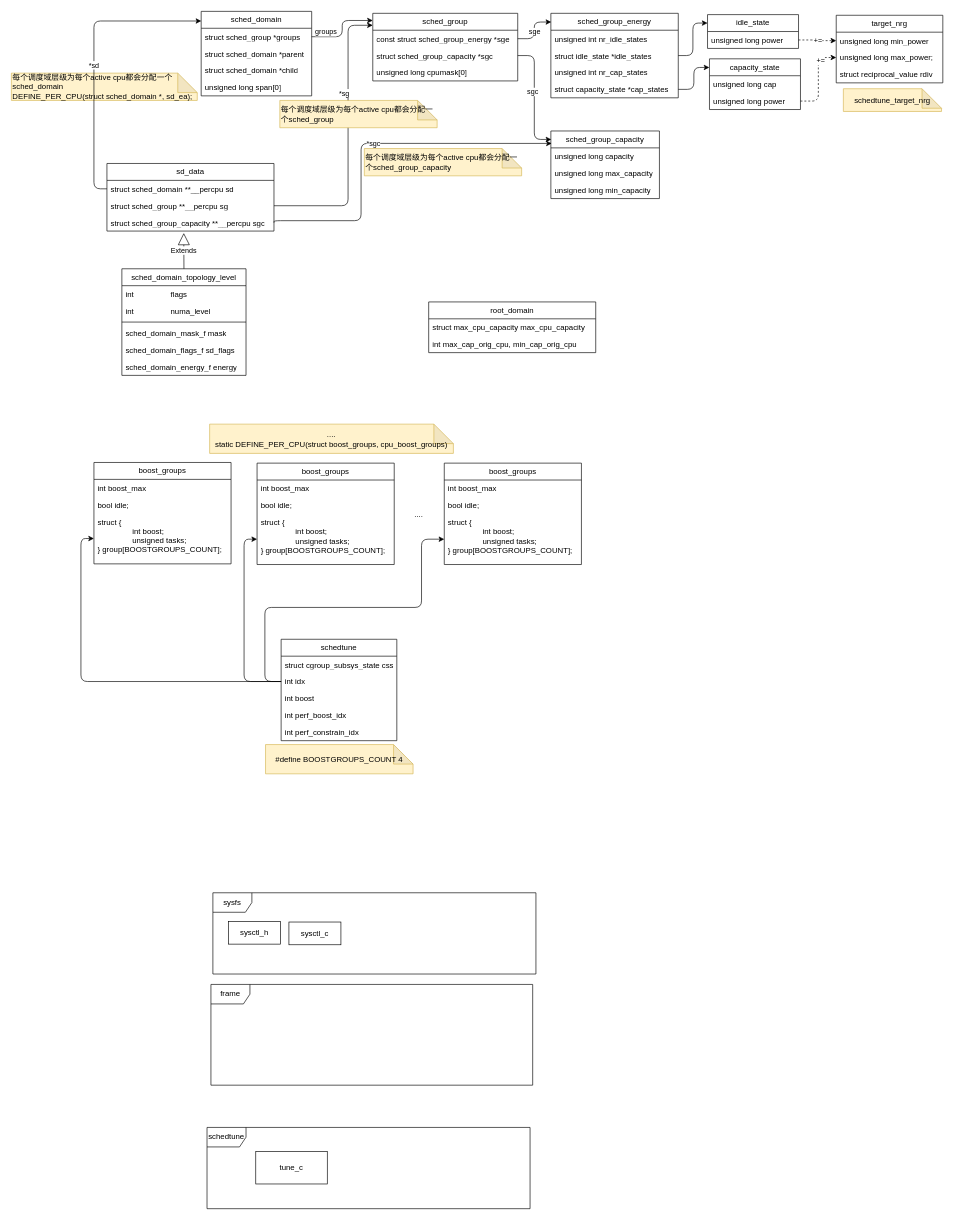
The draw.io diagram schedtune.drawio in jasonactions/graph, before the edit. Source tidied: cells renumbered, new cells numbered last; positions are measured from the earlier drawing's top-left corner, leaving out a move shared by most shapes. Both pictures are drawn from the tidied source at 65%, with x=0, y=0 at pixel (11, 11).
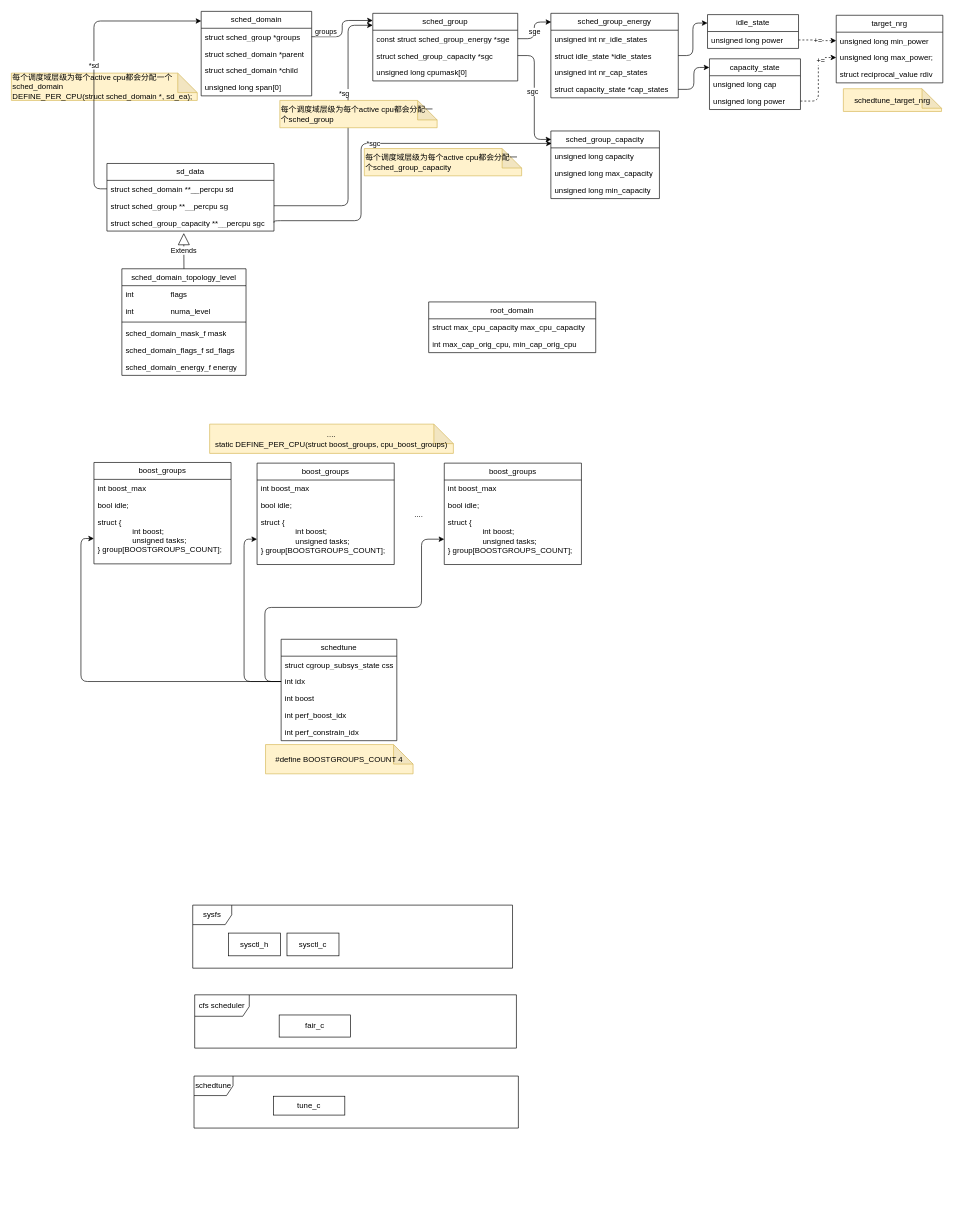
Above is the later version.

What changed in the source:
```diff
@@
     <mxCell id="90" value="sysctl_h" style="rounded=0;whiteSpace=wrap;html=1;" parent="1" vertex="1">
-      <mxGeometry x="334" y="1400" width="80" height="35" as="geometry" />
+      <mxGeometry x="334" y="1418" width="80" height="35" as="geometry" />
     </mxCell>
     <mxCell id="91" value="sysfs" style="shape=umlFrame;whiteSpace=wrap;html=1;" parent="1" vertex="1">
-      <mxGeometry x="310" y="1356" width="497" height="125" as="geometry" />
+      <mxGeometry x="279" y="1375" width="492" height="97" as="geometry" />
     </mxCell>
     <mxCell id="92" value="tune_c" style="html=1;whiteSpace=wrap;" parent="1" vertex="1">
-      <mxGeometry x="376" y="1754" width="110" height="50" as="geometry" />
+      <mxGeometry x="403" y="1669" width="110" height="29" as="geometry" />
     </mxCell>
     <mxCell id="93" value="schedtune" style="shape=umlFrame;whiteSpace=wrap;html=1;" parent="1" vertex="1">
-      <mxGeometry x="301" y="1717" width="497" height="125" as="geometry" />
+      <mxGeometry x="281" y="1638" width="499" height="80" as="geometry" />
     </mxCell>
     <mxCell id="94" value="sysctl_c" style="rounded=0;whiteSpace=wrap;html=1;" parent="1" vertex="1">
-      <mxGeometry x="427" y="1401" width="80" height="35" as="geometry" />
+      <mxGeometry x="424" y="1418" width="80" height="35" as="geometry" />
     </mxCell>
-    <mxCell id="95" value="frame" style="shape=umlFrame;whiteSpace=wrap;html=1;" parent="1" vertex="1">
-      <mxGeometry x="307" y="1497" width="495" height="155" as="geometry" />
+    <mxCell id="95" value="cfs scheduler" style="shape=umlFrame;whiteSpace=wrap;html=1;width=84;height=33;" parent="1" vertex="1">
+      <mxGeometry x="282" y="1513" width="495" height="82" as="geometry" />
     </mxCell>
+    <mxCell id="96" value="fair_c" style="html=1;whiteSpace=wrap;" parent="1" vertex="1">
+      <mxGeometry x="412" y="1544" width="110" height="34" as="geometry" />
+    </mxCell>
```
